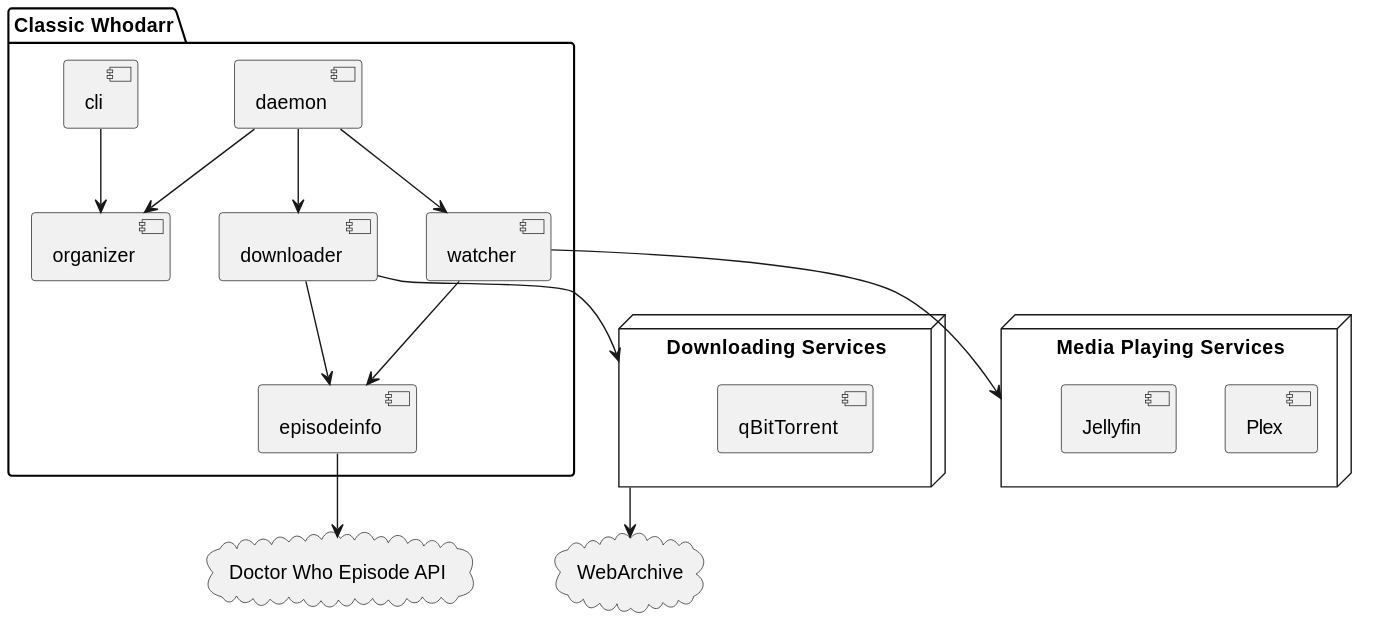
Before: docs/componentdiagram.svg, a diagram exported from PlantUML (krestenlaust/classic-whodarr).
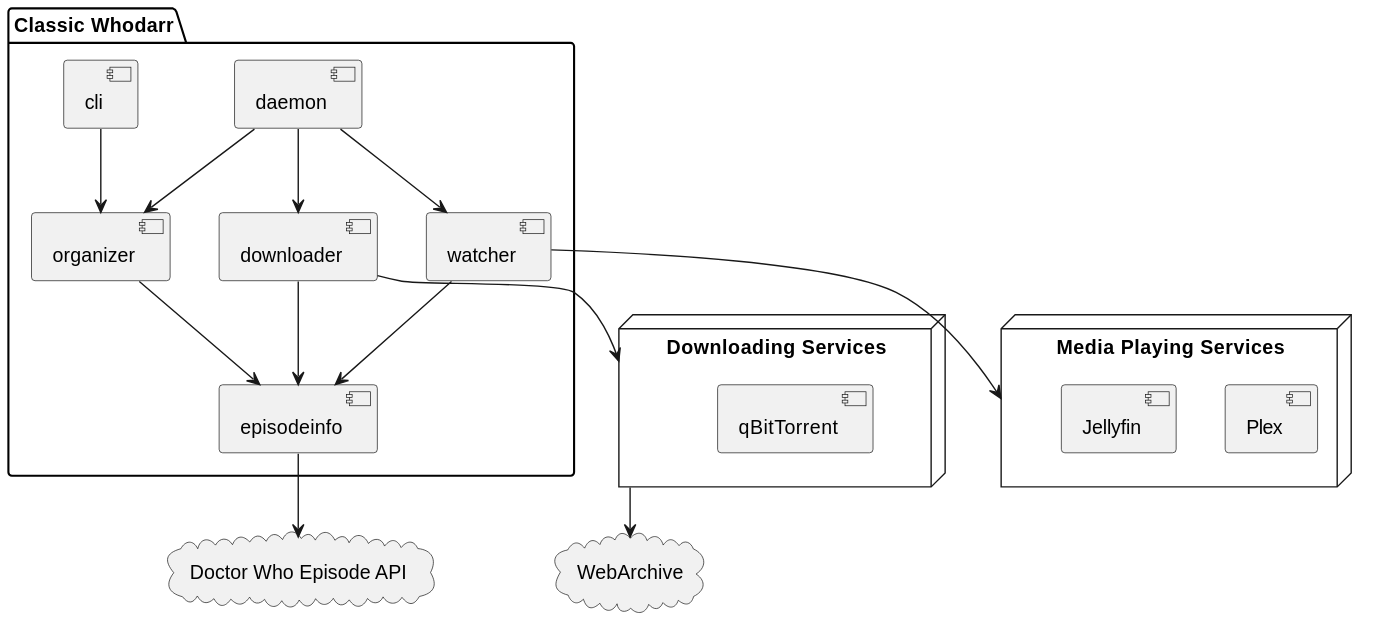
The same diagram one commit later.

Commit message:
Update diagram to reflect updated organizer dependencies

The edit, as a diff of the source:
```diff
@@ -9,6 +9,7 @@
     [watcher] --> [episodeinfo]
     [cli] --> [organizer]
     [daemon] --> [organizer]
+    [organizer] --> [episodeinfo]
 }
 
 node "Media Playing Services" {
```
